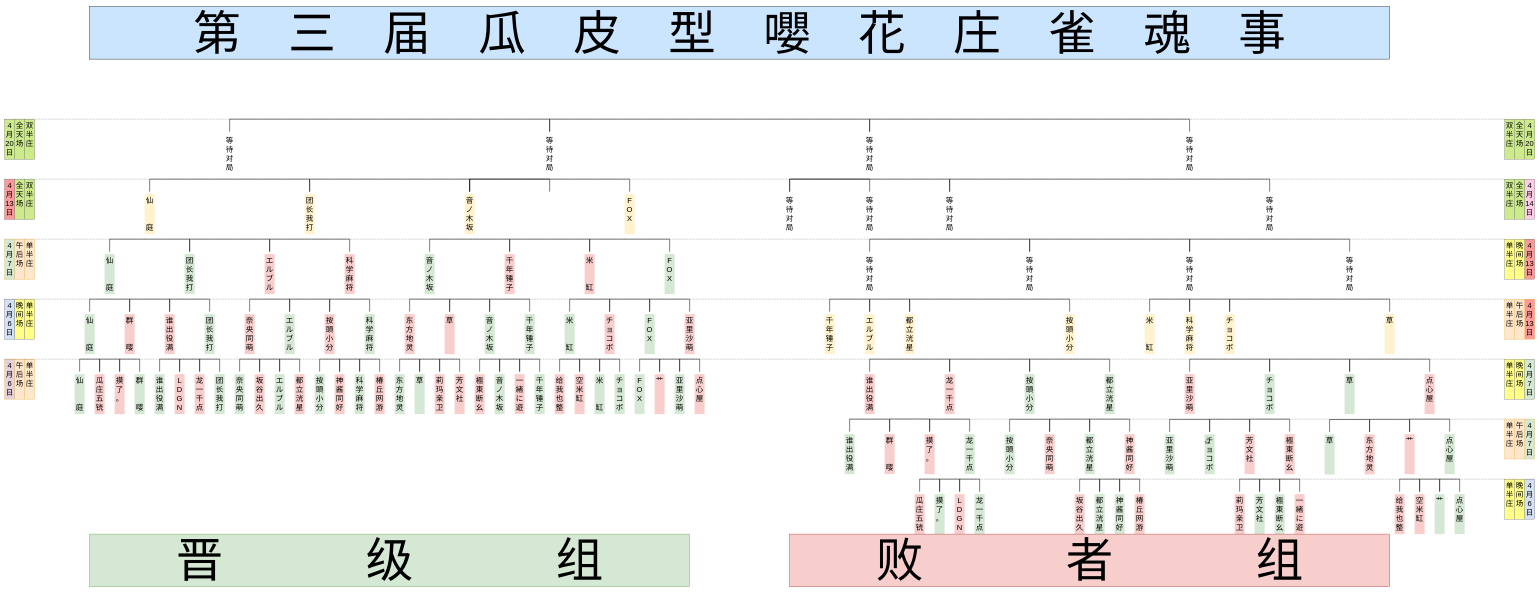
The draw.io diagram Tree Diagram.drawio in psc2350/pcr.mahjong.pub, before the edit. Source tidied: cells renumbered, new cells numbered last; positions are measured from the earlier drawing's top-left corner, leaving out a move shared by most shapes. Both pictures are drawn from the tidied source at 25%, with x=0, y=0 at pixel (4, 6).
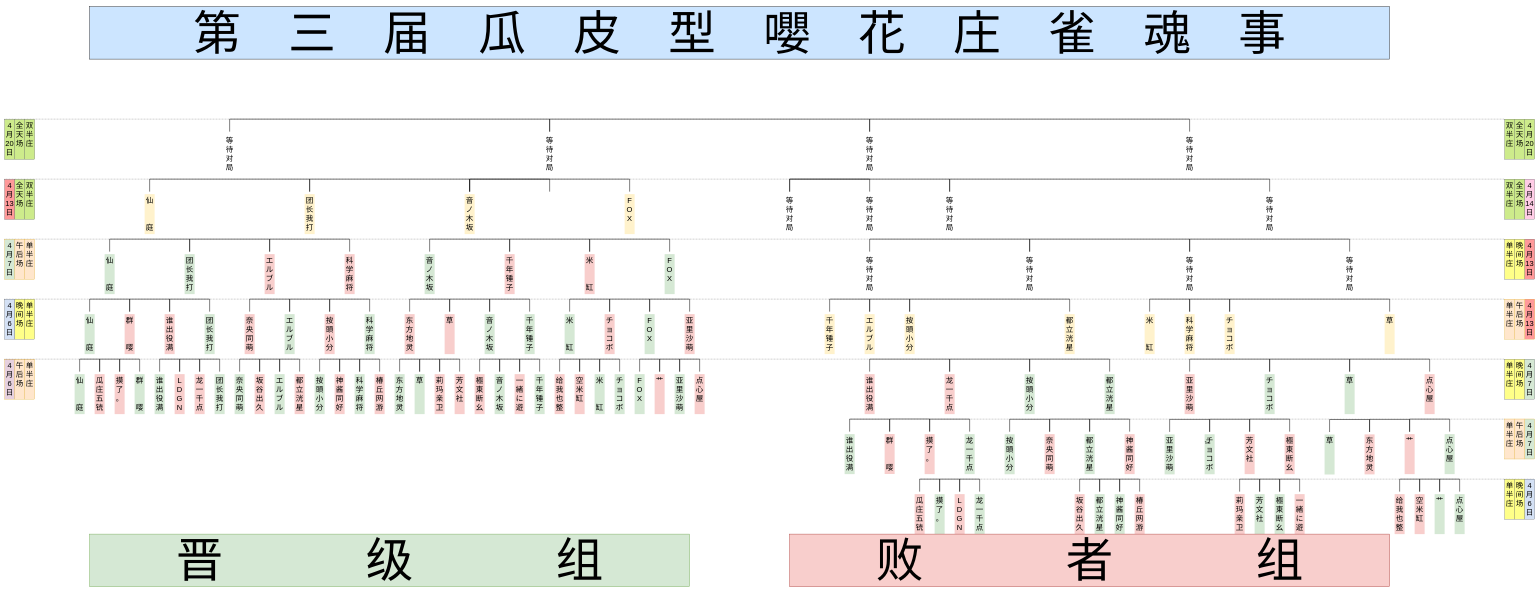
The same diagram, later.

The change refers to these unchanged cells:
```xml
<mxCell id="3" style="group;" parent="1" vertex="1">
  <mxGeometry x="280" y="450" width="5560" height="1660" as="geometry" />
</mxCell>
```

Diff of the diagram source:
```diff
@@
-    <mxCell id="162" value="都立洸星" style="text;html=1;strokeColor=none;fillColor=#FFF2CC;align=center;verticalAlign=top;whiteSpace=wrap;rounded=0;fontFamily=FZZhunYuan-M02;horizontal=1;fontSize=30;" parent="3" vertex="1">
+    <mxCell id="162" value="按頭小分" style="text;html=1;strokeColor=none;fillColor=#FFF2CC;align=center;verticalAlign=top;whiteSpace=wrap;rounded=0;fontFamily=FZZhunYuan-M02;horizontal=1;fontSize=30;" parent="3" vertex="1">
       <mxGeometry x="3320" y="780" width="40" height="160" as="geometry" />
     </mxCell>
-    <mxCell id="163" value="按頭小分&lt;br&gt;" style="text;html=1;strokeColor=none;fillColor=#FFF2CC;align=center;verticalAlign=top;whiteSpace=wrap;rounded=0;fontFamily=FZZhunYuan-M02;horizontal=1;fontSize=30;" parent="3" vertex="1">
+    <mxCell id="163" value="都立洸星&lt;br&gt;" style="text;html=1;strokeColor=none;fillColor=#FFF2CC;align=center;verticalAlign=top;whiteSpace=wrap;rounded=0;fontFamily=FZZhunYuan-M02;horizontal=1;fontSize=30;" parent="3" vertex="1">
       <mxGeometry x="3960" y="780" width="40" height="160" as="geometry" />
     </mxCell>
```
